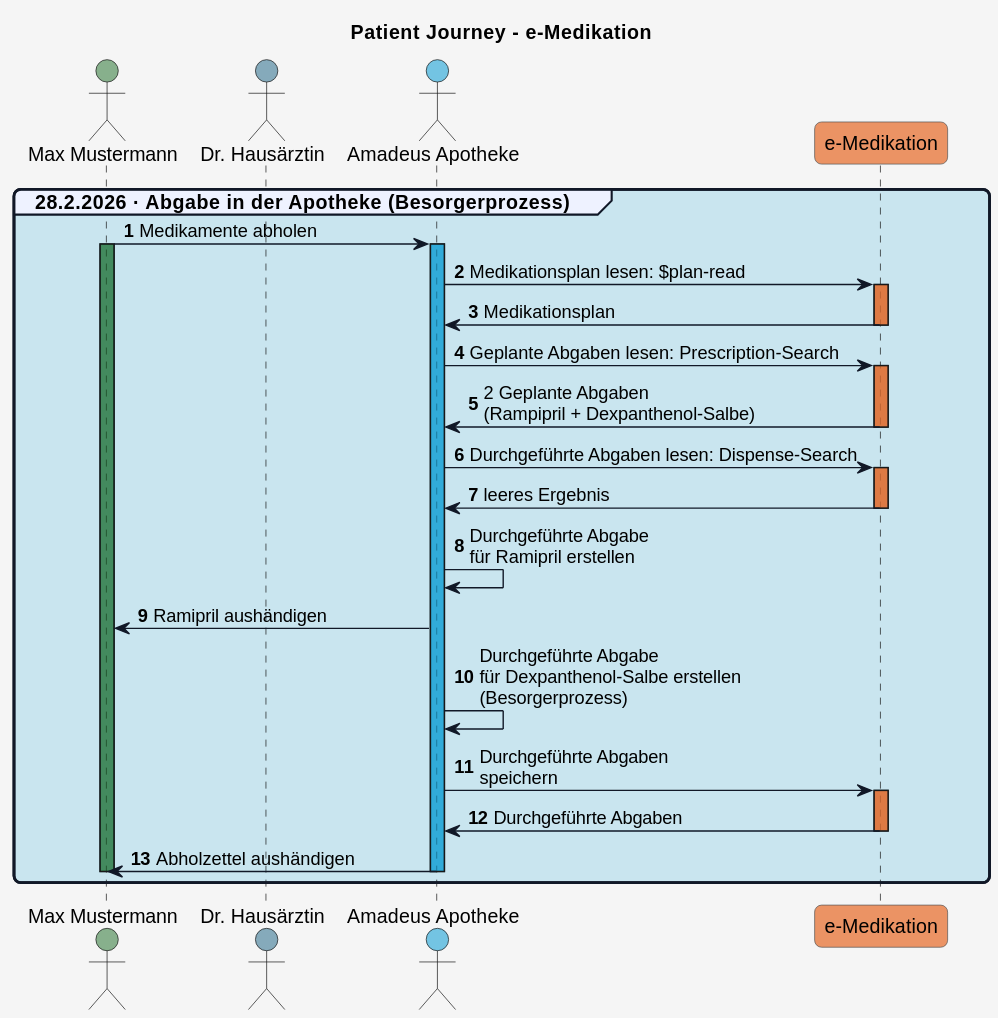
Before: r4-ELGA-e-Medikation-main/plantuml/patient_journey_04.svg, a diagram exported from PlantUML (HL7Austria/hl7austria.github.io).
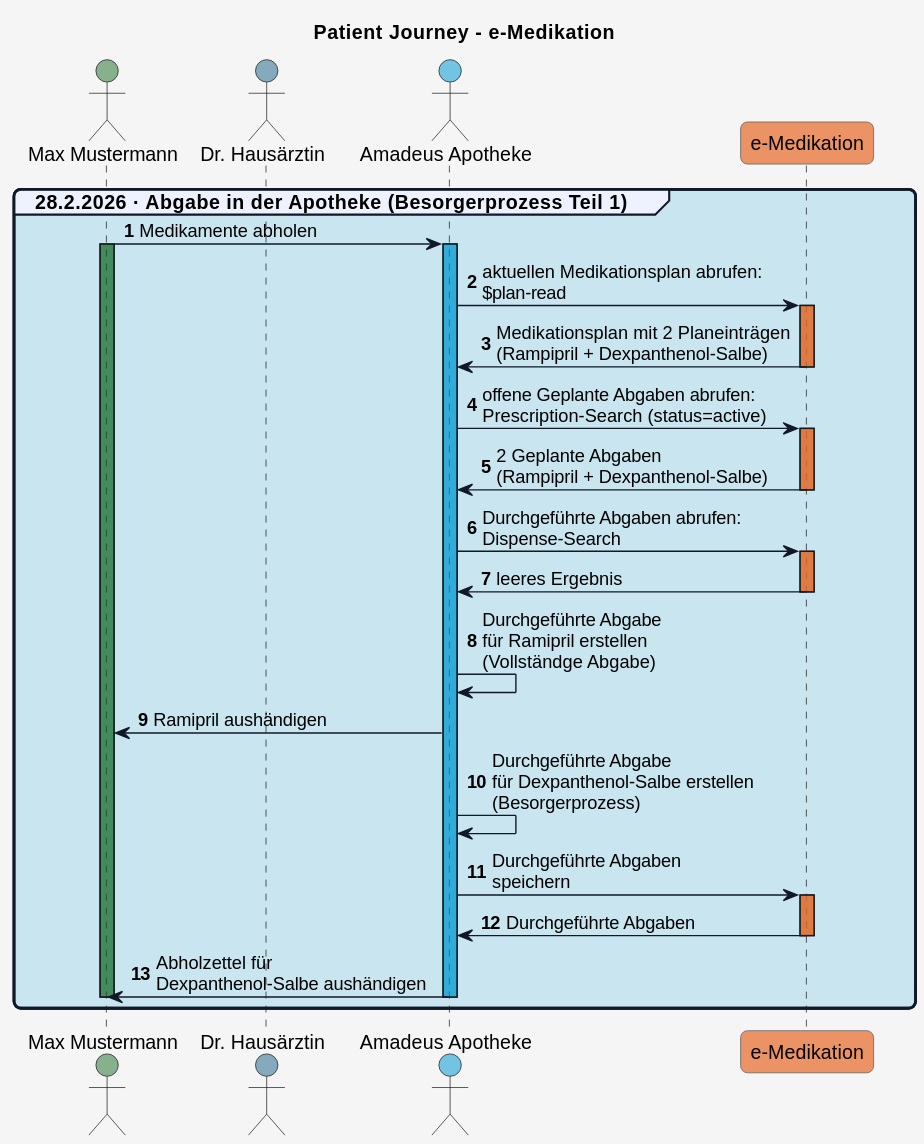
After the change.

The edit, as a diff of the source:
```diff
@@ -65,32 +65,32 @@
 autonumber
 
 
-group GROUP_APO 28.2.2026 · Abgabe in der Apotheke (Besorgerprozess)
+group GROUP_APO 28.2.2026 · Abgabe in der Apotheke (Besorgerprozess Teil 1)
 
   Patient -> Apotheke: Medikamente abholen
   activate Patient COLOR_PATIENT
   activate Apotheke COLOR_APO
-  Apotheke -> eMed_FA: Medikationsplan lesen: $plan-read
+  Apotheke -> eMed_FA: aktuellen Medikationsplan abrufen:\n$plan-read
   activate eMed_FA COLOR_EMED_FA
-  eMed_FA -> Apotheke: Medikationsplan
+  eMed_FA -> Apotheke: Medikationsplan mit 2 Planeinträgen\n(Rampipril + Dexpanthenol-Salbe)
   deactivate eMed_FA
-  Apotheke -> eMed_FA: Geplante Abgaben lesen: Prescription-Search
+  Apotheke -> eMed_FA: offene Geplante Abgaben abrufen:\nPrescription-Search (status=active)
   activate eMed_FA COLOR_EMED_FA
   eMed_FA -> Apotheke: 2 Geplante Abgaben\n(Rampipril + Dexpanthenol-Salbe)
   deactivate eMed_FA
-  Apotheke -> eMed_FA: Durchgeführte Abgaben lesen: Dispense-Search
+  Apotheke -> eMed_FA: Durchgeführte Abgaben abrufen:\nDispense-Search
   activate eMed_FA COLOR_EMED_FA
   eMed_FA -> Apotheke: leeres Ergebnis
   deactivate eMed_FA
 
-  Apotheke -> Apotheke: Durchgeführte Abgabe\nfür Ramipril erstellen
+  Apotheke -> Apotheke: Durchgeführte Abgabe\nfür Ramipril erstellen\n(Vollständge Abgabe)
   Apotheke -> Patient: Ramipril aushändigen
   Apotheke -> Apotheke: Durchgeführte Abgabe\nfür Dexpanthenol-Salbe erstellen\n(Besorgerprozess)
   Apotheke -> eMed_FA: Durchgeführte Abgaben\nspeichern
   activate eMed_FA COLOR_EMED_FA
   eMed_FA -> Apotheke: Durchgeführte Abgaben
   deactivate eMed_FA
-  Apotheke -> Patient: Abholzettel aushändigen
+  Apotheke -> Patient: Abholzettel für\nDexpanthenol-Salbe aushändigen
   deactivate Apotheke
   deactivate Patient
 
```
